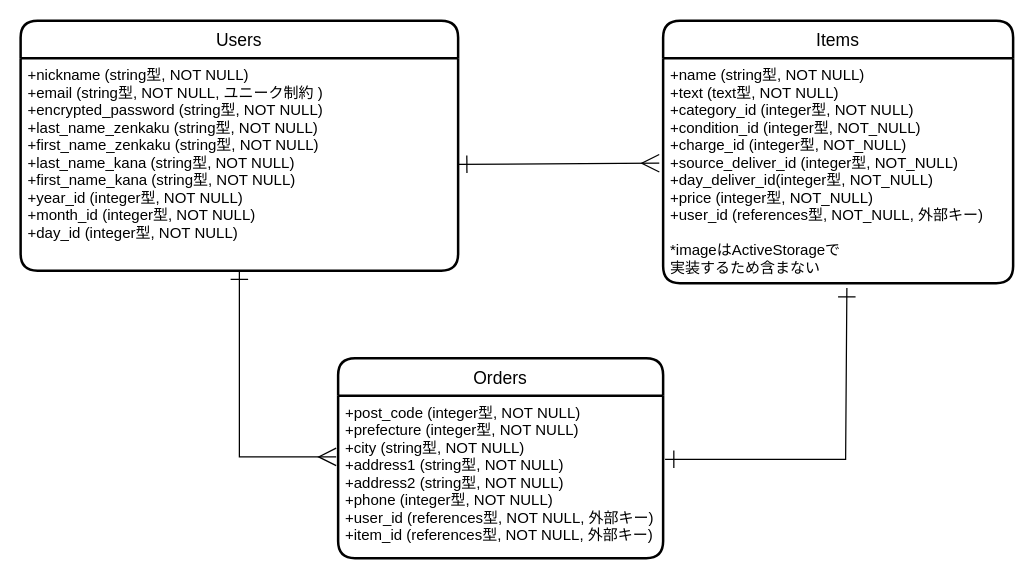
lmarcat344/furima-37629 keeps this draw.io diagram as furima_er.dio. Above is the earlier version. Source tidied: cells renumbered, new cells numbered last; positions are measured from the earlier drawing's top-left corner, leaving out a move shared by most shapes. Both pictures are drawn from the tidied source at 125%, with x=0, y=0 at pixel (20, 20).
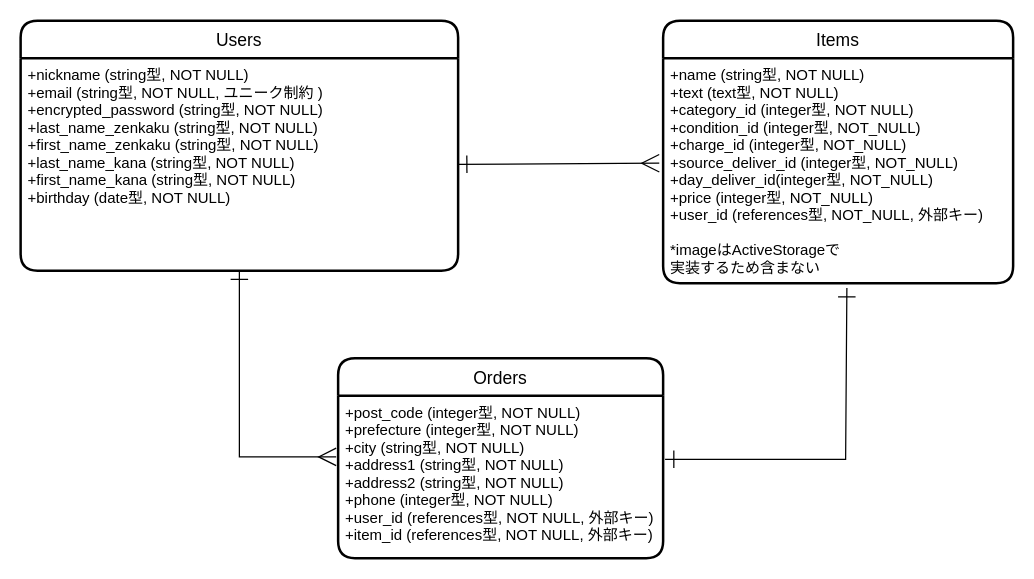
The same page after the edit.

Commit message (it also covers changes not shown here):
修正１_生年月日をbirthdayに変更

Diff of the diagram source:
```diff
@@
 <mxGraphModel>
   <root>
     <mxCell id="0" />
     <mxCell id="1" parent="0" />
     <mxCell id="2" value="Users" style="swimlane;horizontal=1;startSize=30;rounded=1;fontSize=14;fontStyle=0;strokeWidth=2;shadow=0;dashed=0;align=center;" parent="1" vertex="1">
       <mxGeometry width="350" height="200" as="geometry" />
     </mxCell>
-    <mxCell id="3" value="+nickname (string型, NOT NULL)&#10;+email (string型, NOT NULL, ユニーク制約 )&#10;+encrypted_password (string型, NOT NULL)&#10;+last_name_zenkaku (string型, NOT NULL)&#10;+first_name_zenkaku (string型, NOT NULL)&#10;+last_name_kana (string型, NOT NULL)&#10;+first_name_kana (string型, NOT NULL)&#10;+year_id (integer型, NOT NULL)&#10;+month_id (integer型, NOT NULL)&#10;+day_id (integer型, NOT NULL)" style="align=left;strokeColor=none;fillColor=none;spacingLeft=4;fontSize=12;verticalAlign=top;" parent="2" vertex="1">
+    <mxCell id="3" value="+nickname (string型, NOT NULL)&#10;+email (string型, NOT NULL, ユニーク制約 )&#10;+encrypted_password (string型, NOT NULL)&#10;+last_name_zenkaku (string型, NOT NULL)&#10;+first_name_zenkaku (string型, NOT NULL)&#10;+last_name_kana (string型, NOT NULL)&#10;+first_name_kana (string型, NOT NULL)&#10;+birthday (date型, NOT NULL)" style="align=left;strokeColor=none;fillColor=none;spacingLeft=4;fontSize=12;verticalAlign=top;" parent="2" vertex="1">
       <mxGeometry y="30" width="350" height="170" as="geometry" />
     </mxCell>
     <mxCell id="4" value="Items" style="swimlane;horizontal=1;startSize=30;rounded=1;fontSize=14;fontStyle=0;strokeWidth=2;shadow=0;dashed=0;align=center;" parent="1" vertex="1">
       <mxGeometry x="514" width="280" height="210" as="geometry" />
     </mxCell>
     <mxCell id="5" value="+name (string型, NOT NULL)&#10;+text (text型, NOT NULL)&#10;+category_id (integer型, NOT NULL)&#10;+condition_id (integer型, NOT_NULL)&#10;+charge_id (integer型, NOT_NULL)&#10;+source_deliver_id (integer型, NOT_NULL)&#10;+day_deliver_id(integer型, NOT_NULL)&#10;+price (integer型, NOT_NULL)&#10;+user_id (references型, NOT_NULL, 外部キー)&#10;&#10;*imageはActiveStorageで&#10;実装するため含まない&#10;" style="align=left;strokeColor=none;fillColor=none;spacingLeft=4;fontSize=12;verticalAlign=top;" parent="4" vertex="1">
       <mxGeometry y="30" width="280" height="180" as="geometry" />
     </mxCell>
     <mxCell id="6" value="Orders" style="swimlane;horizontal=1;startSize=30;rounded=1;fontSize=14;fontStyle=0;strokeWidth=2;shadow=0;dashed=0;align=center;" parent="1" vertex="1">
       <mxGeometry x="254" y="270" width="260" height="160" as="geometry" />
     </mxCell>
     <mxCell id="7" value="+post_code (integer型, NOT NULL)&#10;+prefecture (integer型, NOT NULL)&#10;+city (string型, NOT NULL)&#10;+address1 (string型, NOT NULL)&#10;+address2 (string型, NOT NULL)&#10;+phone (integer型, NOT NULL)&#10;+user_id (references型, NOT NULL, 外部キー)&#10;+item_id (references型, NOT NULL, 外部キー)" style="align=left;strokeColor=none;fillColor=none;spacingLeft=4;fontSize=12;verticalAlign=top;" parent="6" vertex="1">
       <mxGeometry y="30" width="260" height="130" as="geometry" />
     </mxCell>
     <mxCell id="8" style="edgeStyle=none;html=1;exitX=0.5;exitY=1;exitDx=0;exitDy=0;entryX=-0.006;entryY=0.377;entryDx=0;entryDy=0;entryPerimeter=0;fontSize=12;rounded=0;strokeColor=default;endArrow=ERmany;endFill=0;startArrow=ERone;startFill=0;endSize=12;startSize=12;" parent="1" edge="1" source="3" target="7">
       <mxGeometry relative="1" as="geometry">
         <Array as="points">
           <mxPoint x="175" y="349" />
         </Array>
       </mxGeometry>
     </mxCell>
     <mxCell id="9" style="edgeStyle=none;rounded=0;html=1;exitX=1;exitY=0.5;exitDx=0;exitDy=0;fontSize=12;endArrow=ERmany;endFill=0;strokeColor=default;startArrow=ERone;startFill=0;strokeWidth=1;endSize=12;targetPerimeterSpacing=0;startSize=12;entryX=-0.011;entryY=0.467;entryDx=0;entryDy=0;entryPerimeter=0;" parent="1" edge="1" source="3" target="5">
       <mxGeometry relative="1" as="geometry" />
     </mxCell>
     <mxCell id="10" style="edgeStyle=none;rounded=0;html=1;exitX=0.525;exitY=1.022;exitDx=0;exitDy=0;entryX=1.006;entryY=0.392;entryDx=0;entryDy=0;entryPerimeter=0;fontSize=12;endArrow=ERone;endFill=0;strokeColor=default;startArrow=ERone;startFill=0;endSize=12;startSize=12;exitPerimeter=0;" parent="1" edge="1" source="5" target="7">
       <mxGeometry relative="1" as="geometry">
         <Array as="points">
           <mxPoint x="660" y="351" />
         </Array>
       </mxGeometry>
     </mxCell>
   </root>
 </mxGraphModel>
```
